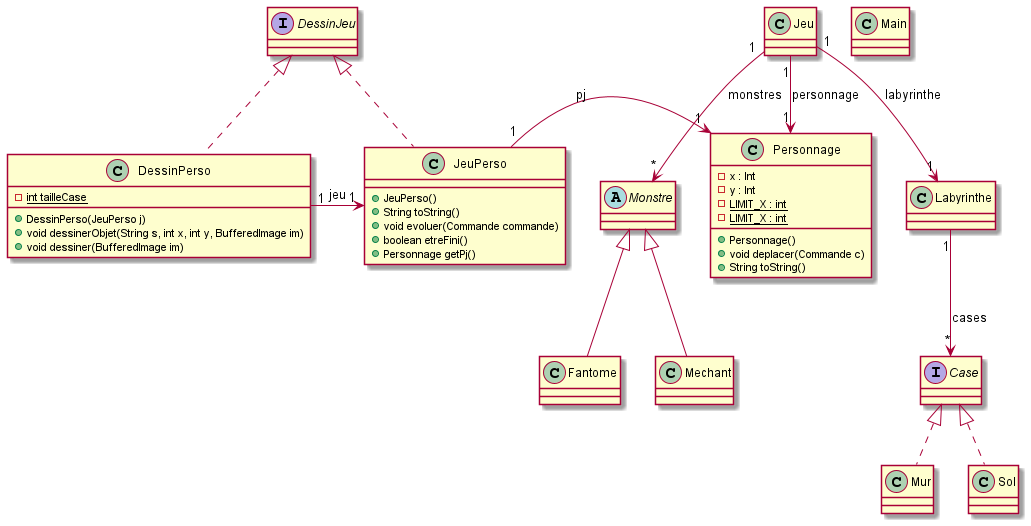
The PlantUML diagram documents/version_2/diagramme.png in MichelGrolet/2d-game, before a commit.
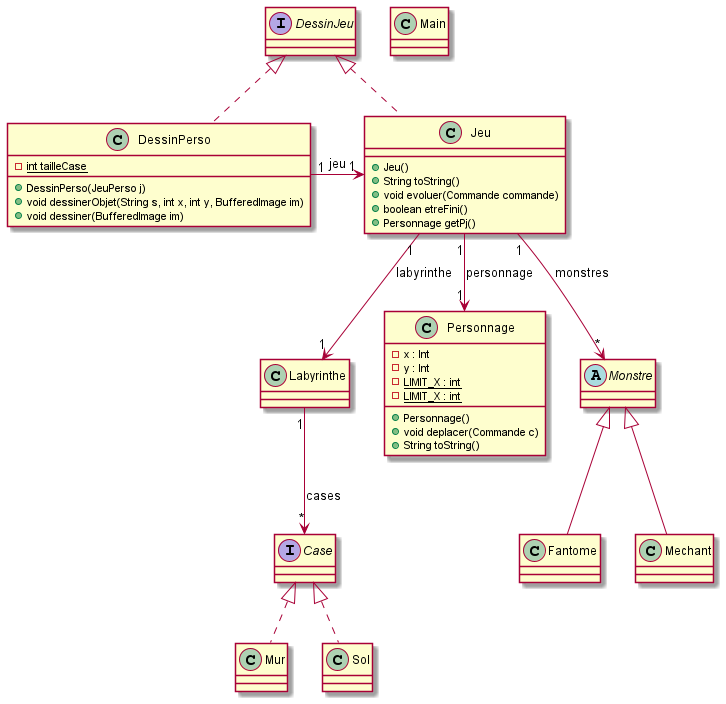
The same diagram one commit later.

Change to the diagram source:
```diff
@@ -39,9 +39,6 @@
 
 }
 
-class Jeu {
-
-}
 Jeu "1" --> "1" Labyrinthe : labyrinthe
 Jeu "1" --> "1" Personnage : personnage
 Jeu "1" --> "*" Monstre : monstres
@@ -50,21 +47,21 @@
 
 }
 
-class JeuPerso implements DessinJeu {
-    + JeuPerso()
+class Jeu implements DessinJeu {
+    + Jeu()
     + String toString()
     + void evoluer(Commande commande)
     + boolean etreFini()
     + Personnage getPj()
 }
-JeuPerso "1" -> "1" Personnage : pj
+
 class DessinPerso implements DessinJeu {
     - {static} int tailleCase
     + DessinPerso(JeuPerso j)
     + void dessinerObjet(String s, int x, int y, BufferedImage im)
     + void dessiner(BufferedImage im)
 }
-DessinPerso "1" -> "1" JeuPerso : jeu
+DessinPerso "1" -> "1" Jeu : jeu
 
 
 @enduml
```
